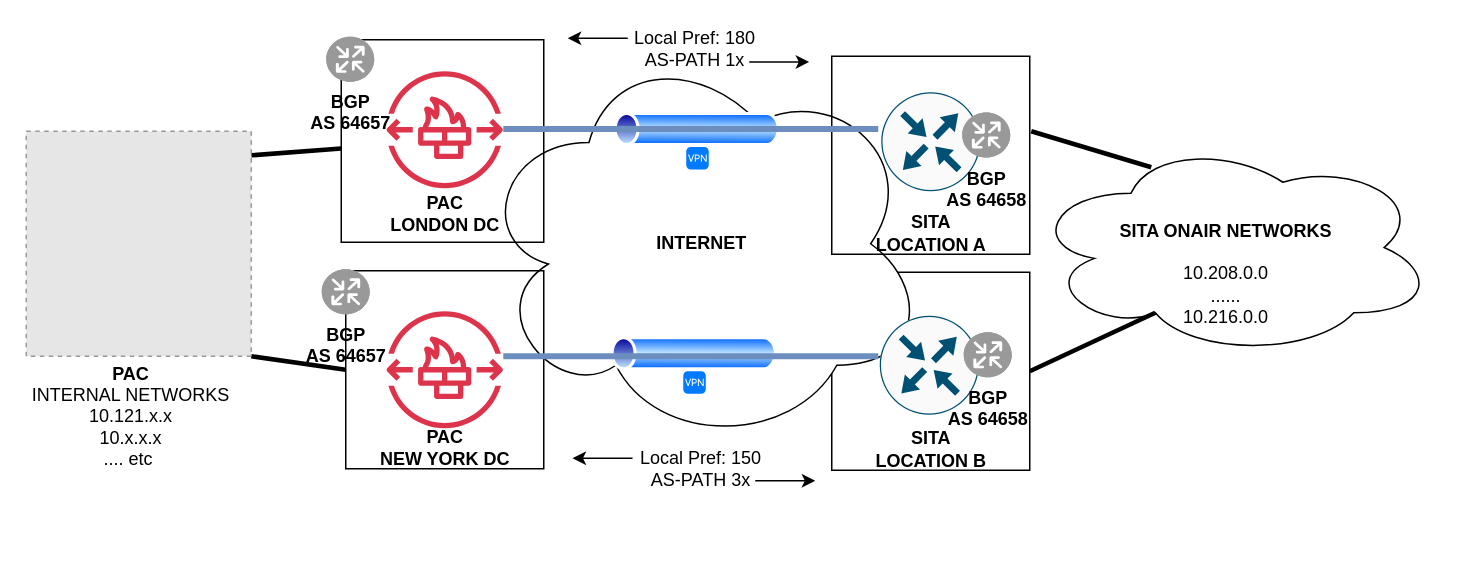
Before: PAC ONAIR VPN ONAIR.drawio in Mpancake/diagrams, a draw.io diagram. Source tidied: cells renumbered, new cells numbered last; positions are measured from the earlier drawing's top-left corner, leaving out a move shared by most shapes. Both pictures are drawn from the tidied source at 150%, with x=0, y=0 at pixel (26, 26). Pictures stored in the file or linked from it are replaced by grey dashed boxes.
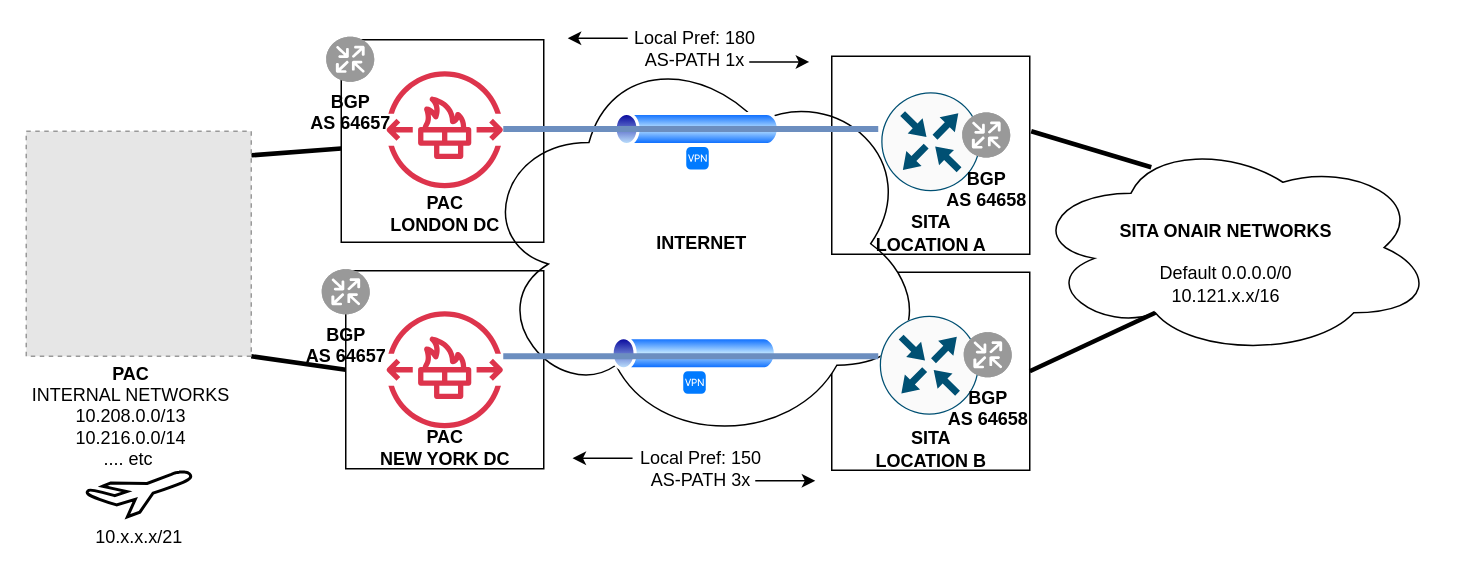
After the change.

The edit, as a diff of the source:
```diff
@@
+    <mxCell id="18" style="ellipse;shape=cloud;whiteSpace=wrap;html=1;fillColor=none;" parent="1" vertex="1">
+      <mxGeometry x="669" y="75" width="270" height="145" as="geometry" />
+    </mxCell>
@@
-    <mxCell id="17" value="&lt;b&gt;SITA ONAIR NETWORKS&lt;br&gt;&lt;/b&gt;&lt;br&gt;10.208.0.0&lt;div&gt;&lt;span style=&quot;background-color: initial;&quot;&gt;......&lt;/span&gt;&lt;div&gt;10.216.0.0&lt;/div&gt;&lt;/div&gt;" style="text;html=1;align=center;verticalAlign=middle;whiteSpace=wrap;rounded=0;" parent="1" vertex="1">
+    <mxCell id="17" value="&lt;b&gt;SITA ONAIR NETWORKS&lt;br&gt;&lt;/b&gt;&lt;br&gt;Default 0.0.0.0/0&lt;br&gt;10.121.x.x/16&lt;div&gt;&lt;br/&gt;&lt;/div&gt;" style="text;html=1;align=center;verticalAlign=middle;whiteSpace=wrap;rounded=0;" parent="1" vertex="1">
       <mxGeometry x="700" y="110" width="200" height="110" as="geometry" />
     </mxCell>
-    <mxCell id="18" style="ellipse;shape=cloud;whiteSpace=wrap;html=1;fillColor=none;" parent="1" vertex="1">
-      <mxGeometry x="669" y="75" width="270" height="145" as="geometry" />
-    </mxCell>
@@
-    <mxCell id="27" value="&lt;b&gt;PAC&lt;/b&gt;&lt;br&gt;INTERNAL NETWORKS&lt;div&gt;10.121.x.x&lt;/div&gt;&lt;div&gt;10.x.x.x&lt;/div&gt;&lt;div&gt;.... etc&amp;nbsp;&lt;/div&gt;" style="text;html=1;align=center;verticalAlign=middle;whiteSpace=wrap;rounded=0;" parent="1" vertex="1">
+    <mxCell id="27" value="&lt;b&gt;PAC&lt;/b&gt;&lt;br&gt;INTERNAL NETWORKS&lt;div&gt;&lt;span style=&quot;background-color: initial;&quot;&gt;10.208.0.0/13&lt;/span&gt;&lt;br&gt;&lt;/div&gt;&lt;div&gt;&lt;span style=&quot;background-color: initial;&quot;&gt;10.216.0.0/14&lt;/span&gt;&lt;/div&gt;&lt;div&gt;.... etc&amp;nbsp;&lt;/div&gt;" style="text;html=1;align=center;verticalAlign=middle;whiteSpace=wrap;rounded=0;" parent="1" vertex="1">
       <mxGeometry y="220" width="140" height="80" as="geometry" />
     </mxCell>
@@
+    <mxCell id="39" value="10.x.x.x/21" style="verticalLabelPosition=bottom;html=1;verticalAlign=top;strokeWidth=2;shape=mxgraph.lean_mapping.airplane_7;" parent="1" vertex="1">
+      <mxGeometry x="40" y="297" width="70" height="30" as="geometry" />
+    </mxCell>
```
